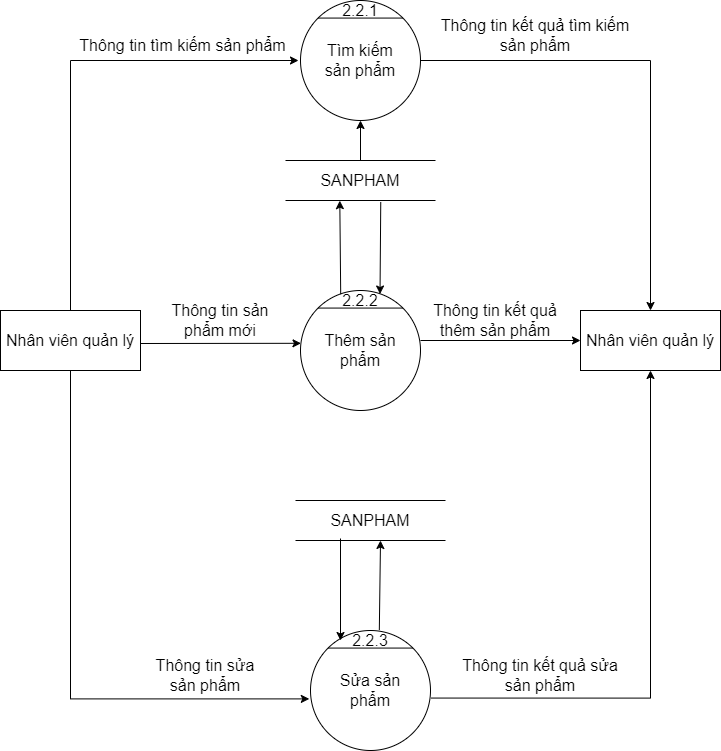
This is BFD&DFD/DFD_2_QLSP.png from hungtadasuke/CoffeShop_SoftwareTechnology, a draw.io export, as it was before one commit. Source tidied: cells renumbered, new cells last; positions are measured from the earlier drawing's top-left corner, leaving out a move shared by most shapes.
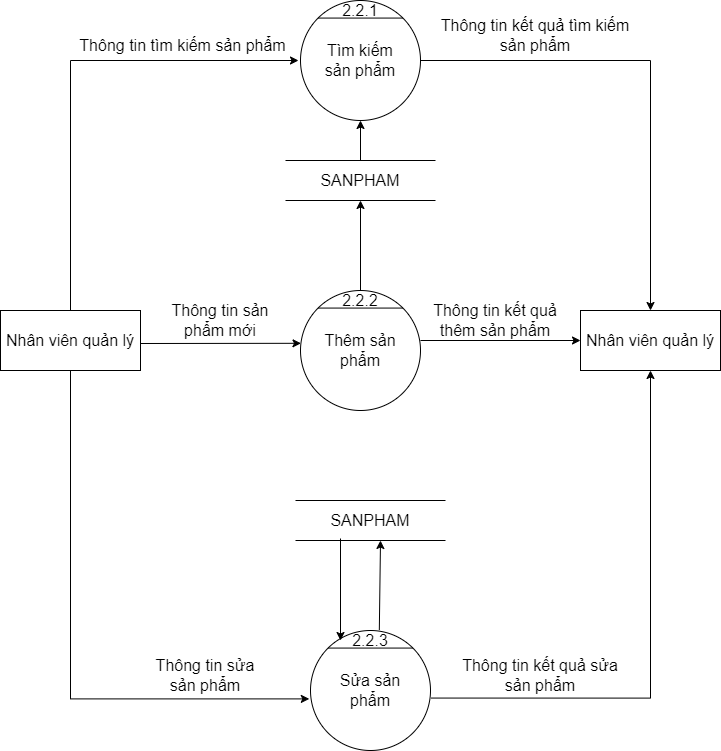
Above is the later version.

Change to the diagram source:
```diff
@@ -95,12 +95,9 @@
     <mxCell id="26" style="endArrow=classic;html=1;rounded=0;fontSize=16;entryX=0.5;entryY=1;entryDx=0;entryDy=0;exitX=0.5;exitY=0;exitDx=0;exitDy=0;" parent="1" edge="1" source="22" target="2">
       <mxGeometry relative="1" as="geometry" />
     </mxCell>
-    <mxCell id="27" style="endArrow=classic;html=1;rounded=0;fontSize=16;exitX=0.005;exitY=0.185;exitDx=0;exitDy=0;exitPerimeter=0;entryX=0.362;entryY=1.004;entryDx=0;entryDy=0;entryPerimeter=0;" parent="1" edge="1" source="14" target="22">
+    <mxCell id="27" style="endArrow=classic;html=1;rounded=0;fontSize=16;entryX=0.5;entryY=1;entryDx=0;entryDy=0;exitX=0.5;exitY=0;exitDx=0;exitDy=0;" parent="1" edge="1" source="14" target="22">
       <mxGeometry relative="1" as="geometry" />
     </mxCell>
-    <mxCell id="28" style="endArrow=classic;html=1;rounded=0;fontSize=16;exitX=0.635;exitY=1.037;exitDx=0;exitDy=0;exitPerimeter=0;entryX=0.988;entryY=0.176;entryDx=0;entryDy=0;entryPerimeter=0;" parent="1" edge="1" source="22" target="14">
-      <mxGeometry relative="1" as="geometry" />
-    </mxCell>
     <mxCell id="29" style="endArrow=classic;html=1;rounded=0;fontSize=16;entryX=0.362;entryY=1.004;entryDx=0;entryDy=0;entryPerimeter=0;exitX=0.647;exitY=-0.02;exitDx=0;exitDy=0;exitPerimeter=0;" parent="1" edge="1" source="15">
       <mxGeometry relative="1" as="geometry">
         <mxPoint x="380" y="540" as="targetPoint" />
```
